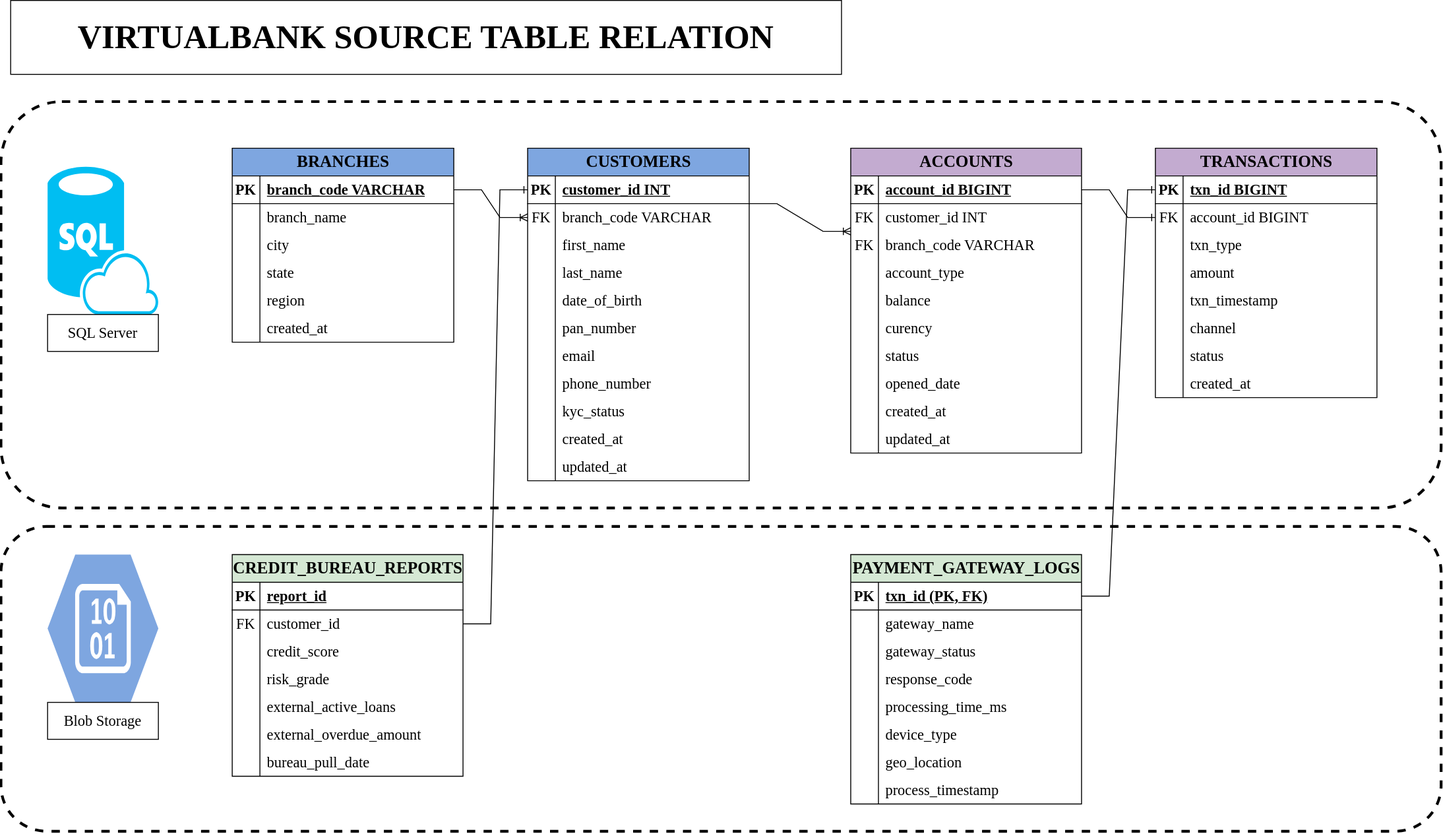
Above: docs/Source tables relation.drawio.svg in Josiahgare/End-to-End-Banking-Project-in-Databricks (draw.io), before the change. Source tidied: cells renumbered, new cells last; positions are measured from the earlier drawing's top-left corner, leaving out a move shared by most shapes.
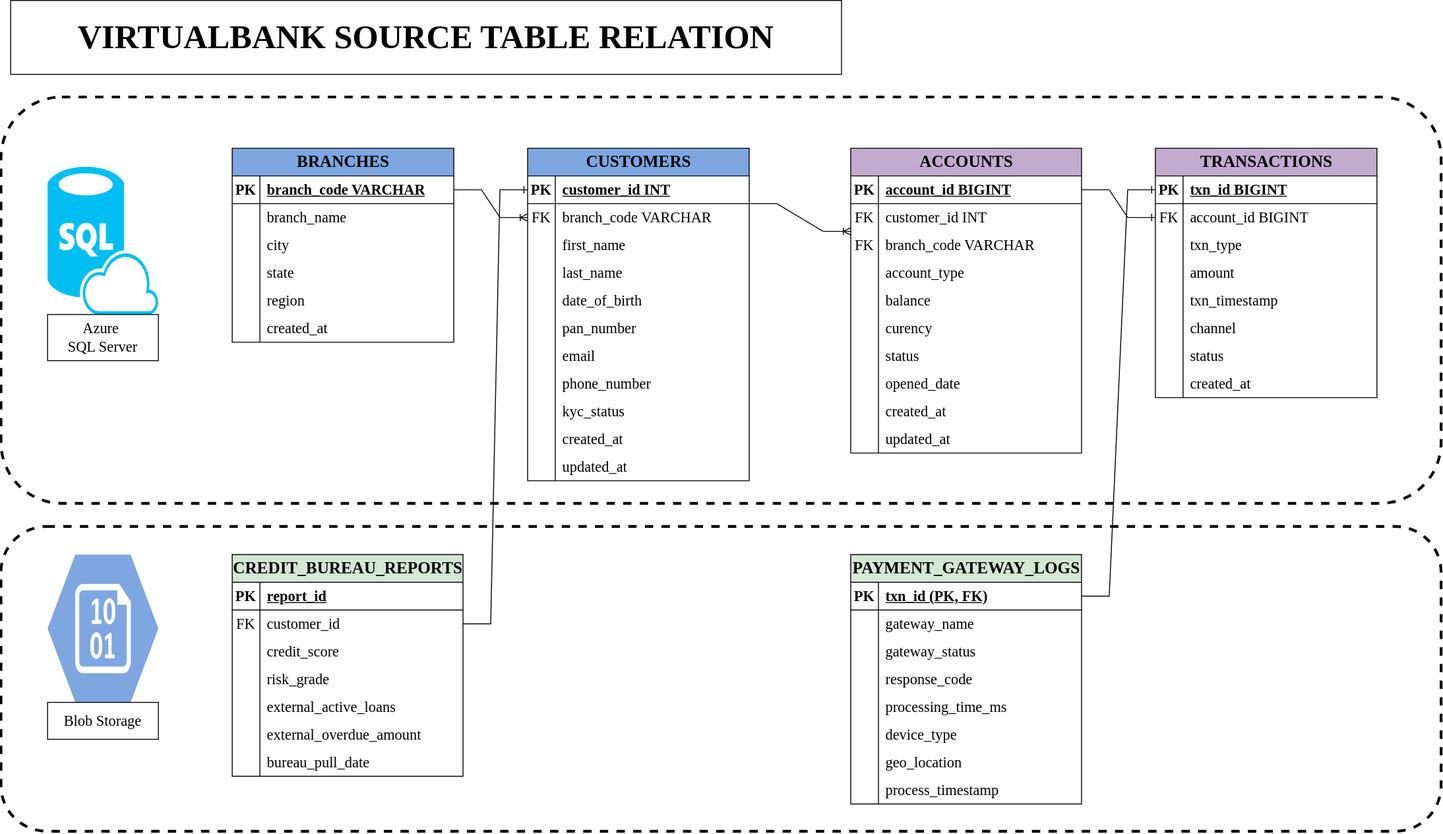
After the commit.

Diff of the diagram source:
```diff
@@ -11,8 +11,8 @@
     <mxCell id="4" style="verticalLabelPosition=bottom;html=1;verticalAlign=top;align=center;strokeColor=none;fillColor=#7EA6E0;shape=mxgraph.azure.storage_blob;fontFamily=Comic Sans MS;fontSize=16;" parent="1" vertex="1">
       <mxGeometry x="50" y="600" width="120" height="160" as="geometry" />
     </mxCell>
-    <mxCell id="5" value="SQL Server" style="rounded=0;whiteSpace=wrap;html=1;fontFamily=Comic Sans MS;fontSize=16;fillColor=none;" parent="1" vertex="1">
-      <mxGeometry x="50" y="340" width="120" height="40" as="geometry" />
+    <mxCell id="5" value="Azure&amp;nbsp;&lt;div&gt;SQL Server&lt;/div&gt;" style="rounded=0;whiteSpace=wrap;html=1;fontFamily=Comic Sans MS;fontSize=16;fillColor=none;" parent="1" vertex="1">
+      <mxGeometry x="50" y="340" width="120" height="50" as="geometry" />
     </mxCell>
     <mxCell id="6" value="Blob Storage" style="rounded=0;whiteSpace=wrap;html=1;fontFamily=Comic Sans MS;fontSize=16;fillColor=none;" parent="1" vertex="1">
       <mxGeometry x="50" y="760" width="120" height="40" as="geometry" />
@@ -506,7 +506,7 @@
       <mxGeometry x="10" width="900" height="80" as="geometry" />
     </mxCell>
     <mxCell id="168" style="rounded=1;whiteSpace=wrap;html=1;fillColor=none;dashed=1;strokeWidth=3;" parent="1" vertex="1">
-      <mxGeometry y="110" width="1560" height="440" as="geometry" />
+      <mxGeometry y="105" width="1560" height="440" as="geometry" />
     </mxCell>
     <mxCell id="169" style="rounded=1;whiteSpace=wrap;html=1;fillColor=none;dashed=1;strokeWidth=3;" parent="1" vertex="1">
       <mxGeometry y="570" width="1560" height="330" as="geometry" />
```
